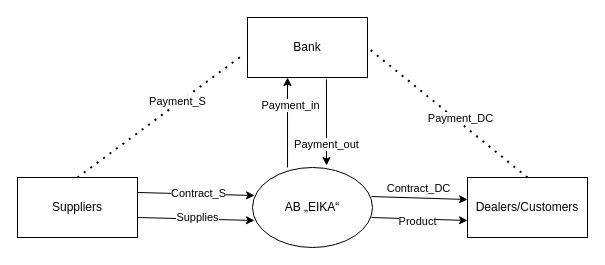
Earlier version of the draw.io diagram 1Lygio.drawio (combatants7/Win). Source tidied: cells renumbered, new cells numbered last; positions are measured from the earlier drawing's top-left corner, leaving out a move shared by most shapes. Both pictures are drawn from the tidied source at 100%, with x=0, y=0 at pixel (17, 17).
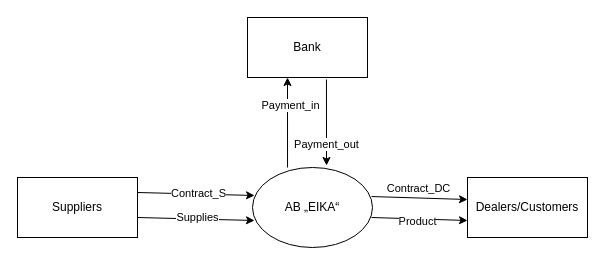
After the change.

The change refers to these unchanged cells:
```xml
<mxCell id="2" value="Bank" style="rounded=0;whiteSpace=wrap;html=1;" parent="1" vertex="1">
  <mxGeometry x="230" width="120" height="60" as="geometry" />
</mxCell>
<mxCell id="3" value="Suppliers" style="rounded=0;whiteSpace=wrap;html=1;" parent="1" vertex="1">
  <mxGeometry y="160" width="120" height="60" as="geometry" />
</mxCell>
<mxCell id="4" value="Dealers/Customers" style="rounded=0;whiteSpace=wrap;html=1;" parent="1" vertex="1">
  <mxGeometry x="450" y="160" width="120" height="60" as="geometry" />
</mxCell>
```

Diff of the diagram source:
```diff
@@
-    <mxCell id="10" style="endArrow=none;dashed=1;html=1;dashPattern=1 3;strokeWidth=2;entryX=-0.033;entryY=0.617;entryDx=0;entryDy=0;entryPerimeter=0;exitX=0.5;exitY=0;exitDx=0;exitDy=0;" parent="1" edge="1" source="3" target="2">
-      <mxGeometry relative="1" as="geometry" />
-    </mxCell>
-    <mxCell id="11" value="Payment_S" style="edgeLabel;html=1;align=center;verticalAlign=middle;" parent="10" vertex="1">
-      <mxGeometry x="0.21" y="2" relative="1" as="geometry" />
-    </mxCell>
-    <mxCell id="12" style="endArrow=none;dashed=1;html=1;dashPattern=1 3;strokeWidth=2;entryX=1;entryY=0.5;entryDx=0;entryDy=0;exitX=0.5;exitY=0;exitDx=0;exitDy=0;" parent="1" edge="1" source="4" target="2">
-      <mxGeometry relative="1" as="geometry" />
-    </mxCell>
-    <mxCell id="13" value="Payment_DC" style="edgeLabel;html=1;align=center;verticalAlign=middle;" parent="12" vertex="1">
-      <mxGeometry x="-0.13" y="-4" relative="1" as="geometry" />
-    </mxCell>
```
